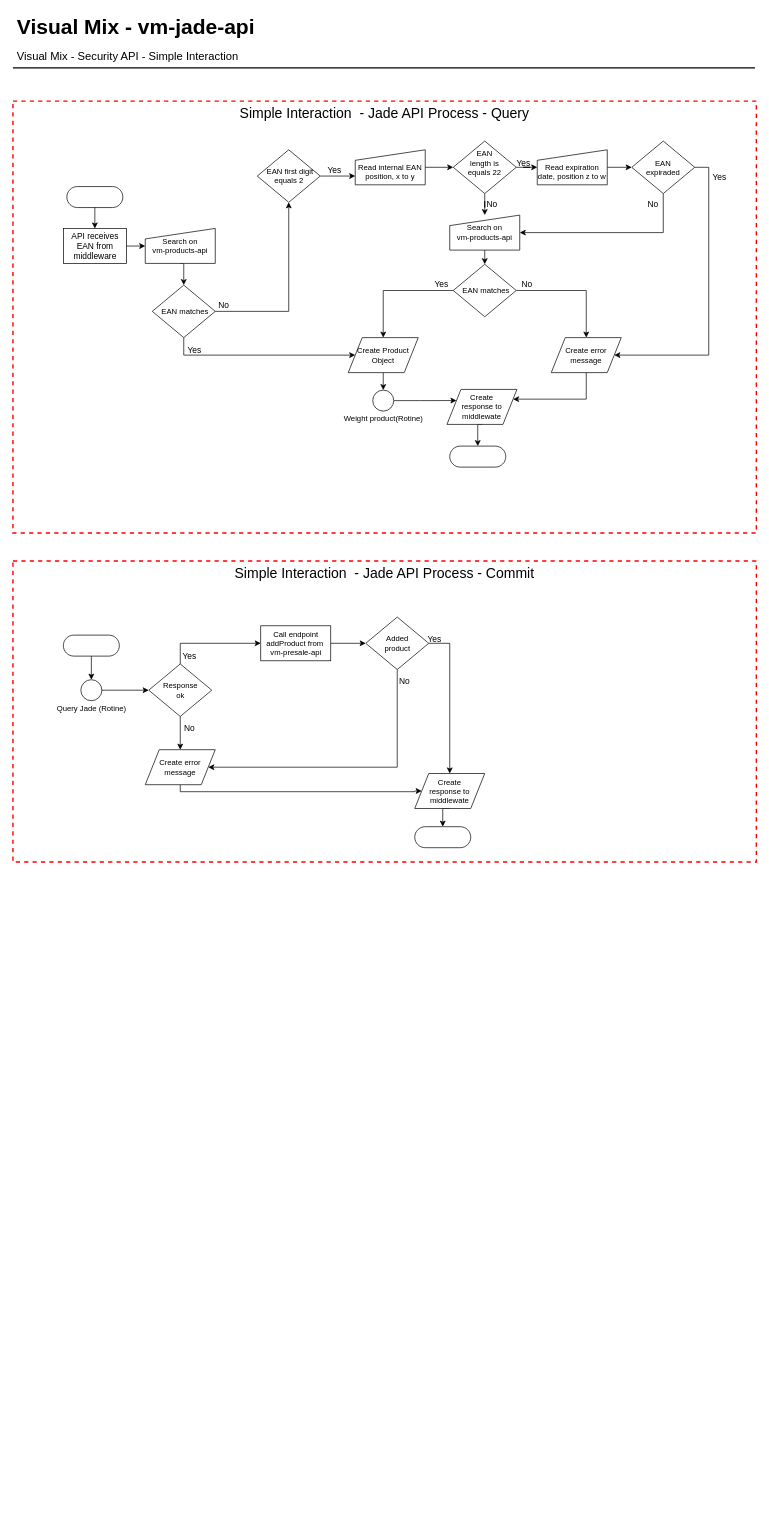
Earlier version of the draw.io diagram page "Simple Interaction" (2 of 5) of vm-jade-api.drawio (Wiu0/diagram). Source tidied: cells renumbered, new cells numbered last; positions are measured from the earlier drawing's top-left corner, leaving out a move shared by most shapes. Both pictures are drawn from the tidied source at 70%, with x=0, y=0 at pixel (13, 12).
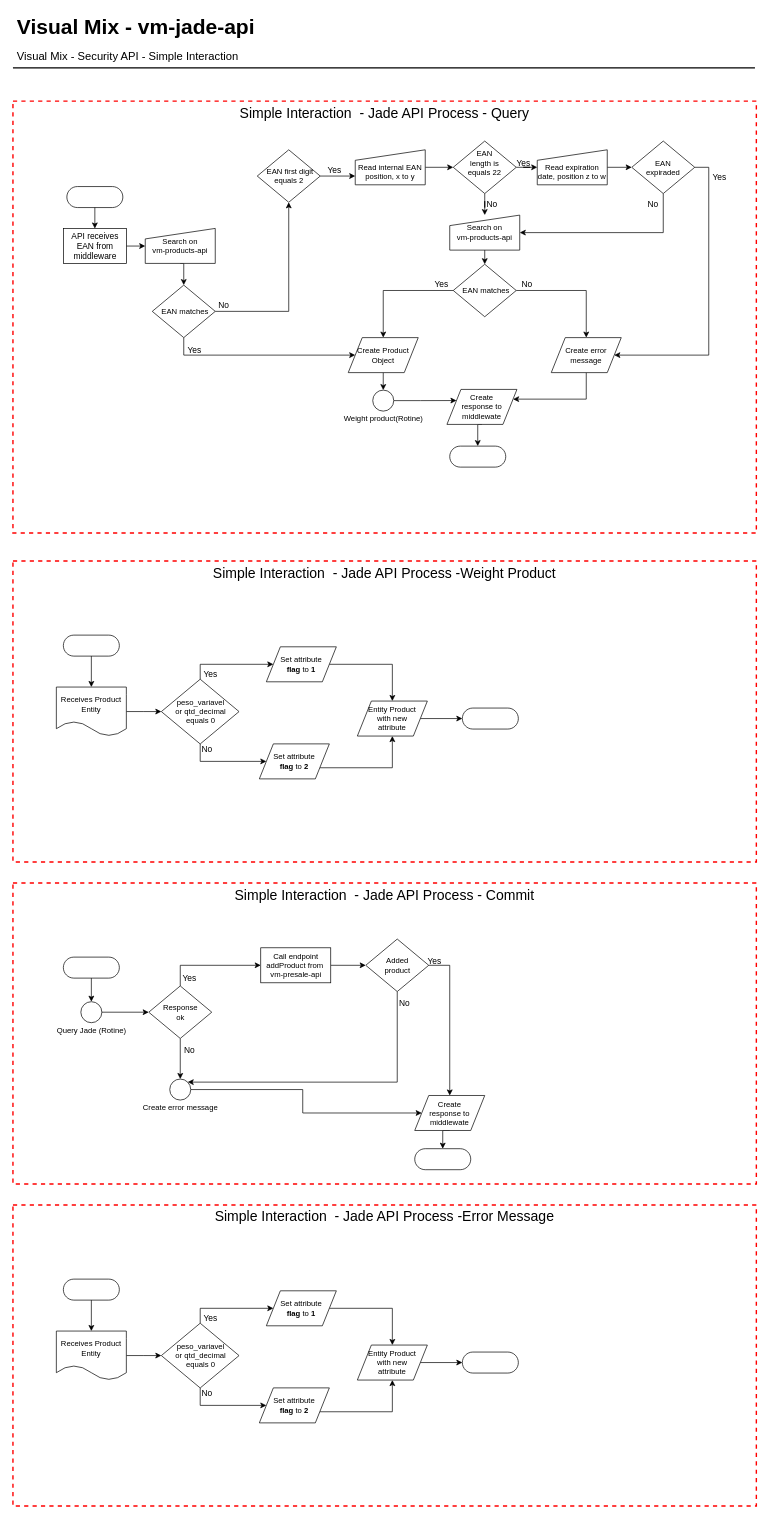
Above is the later version.

Unchanged cells that the change refers to:
```xml
<mxCell id="56" value="Create &lt;br&gt;response to middlewate" style="shape=parallelogram;perimeter=parallelogramPerimeter;whiteSpace=wrap;html=1;dashed=0;fontSize=11;align=center;" parent="51" vertex="1">
  <mxGeometry x="574" y="303.5" width="100" height="50" as="geometry" />
</mxCell>
<mxCell id="61" value="&lt;span style=&quot;font-size: 11px&quot;&gt;Response&lt;br&gt;ok&lt;br&gt;&lt;/span&gt;" style="shape=rhombus;html=1;dashed=0;whitespace=wrap;perimeter=rhombusPerimeter;fontSize=11;horizontal=1;verticalAlign=middle;spacing=0;" parent="51" vertex="1">
  <mxGeometry x="194" y="147" width="90" height="75" as="geometry" />
</mxCell>
<mxCell id="68" value="&lt;span style=&quot;font-size: 11px&quot;&gt;Added&lt;br&gt;product&lt;br&gt;&lt;/span&gt;" style="shape=rhombus;html=1;dashed=0;whitespace=wrap;perimeter=rhombusPerimeter;fontSize=11;horizontal=1;verticalAlign=middle;spacing=0;" parent="51" vertex="1">
  <mxGeometry x="504" y="80" width="90" height="75" as="geometry" />
</mxCell>
```

What changed in the source:
```diff
@@
     <mxCell id="51" value="Simple Interaction &amp;nbsp;- Jade API Process - Commit" style="fontStyle=0;verticalAlign=top;align=center;spacingTop=-2;fillColor=none;rounded=0;whiteSpace=wrap;html=1;strokeColor=#FF0000;strokeWidth=2;dashed=1;fontSize=20;" parent="1" vertex="1">
-      <mxGeometry y="784" width="1062" height="430" as="geometry" />
+      <mxGeometry y="1244" width="1062" height="430" as="geometry" />
     </mxCell>
@@
-    <mxCell id="59" style="edgeStyle=orthogonalEdgeStyle;rounded=0;jettySize=auto;html=1;exitX=0.5;exitY=1;exitDx=0;exitDy=0;fontSize=11;" parent="51" edge="1" source="61" target="63">
+    <mxCell id="59" style="edgeStyle=orthogonalEdgeStyle;rounded=0;jettySize=auto;html=1;exitX=0.5;exitY=1;exitDx=0;exitDy=0;fontSize=11;entryX=0.5;entryY=0;entryDx=0;entryDy=0;" parent="51" edge="1" source="61" target="63">
       <mxGeometry relative="1" as="geometry" />
     </mxCell>
@@
-    <mxCell id="62" style="edgeStyle=orthogonalEdgeStyle;rounded=0;jettySize=auto;html=1;exitX=0.5;exitY=1;exitDx=0;exitDy=0;entryX=0;entryY=0.5;entryDx=0;entryDy=0;fontSize=11;" parent="51" edge="1" source="63" target="56">
-      <mxGeometry relative="1" as="geometry">
-        <Array as="points">
-          <mxPoint x="239" y="329.5" />
-          <mxPoint x="574" y="329.5" />
-        </Array>
-      </mxGeometry>
-    </mxCell>
-    <mxCell id="63" value="Create error message" style="shape=parallelogram;perimeter=parallelogramPerimeter;whiteSpace=wrap;html=1;dashed=0;fontSize=11;align=center;" parent="51" vertex="1">
-      <mxGeometry x="189" y="269.5" width="100" height="50" as="geometry" />
-    </mxCell>
@@
-    <mxCell id="66" style="edgeStyle=orthogonalEdgeStyle;rounded=0;jettySize=auto;html=1;exitX=0.5;exitY=1;exitDx=0;exitDy=0;entryX=1;entryY=0.5;entryDx=0;entryDy=0;fontSize=11;" parent="51" edge="1" source="68" target="63">
+    <mxCell id="66" style="edgeStyle=orthogonalEdgeStyle;rounded=0;jettySize=auto;html=1;exitX=0.5;exitY=1;exitDx=0;exitDy=0;entryX=1;entryY=0;entryDx=0;entryDy=0;fontSize=11;" parent="51" edge="1" source="68" target="63">
       <mxGeometry relative="1" as="geometry">
         <Array as="points">
-          <mxPoint x="549" y="294.5" />
+          <mxPoint x="549" y="284" />
         </Array>
       </mxGeometry>
     </mxCell>
@@
+    <mxCell id="62" style="edgeStyle=orthogonalEdgeStyle;rounded=0;jettySize=auto;html=1;exitX=1;exitY=0.5;exitDx=0;exitDy=0;entryX=0;entryY=0.5;entryDx=0;entryDy=0;fontSize=11;" parent="51" edge="1" source="63" target="56">
+      <mxGeometry relative="1" as="geometry" />
+    </mxCell>
+    <mxCell id="63" value="&lt;span&gt;&lt;br&gt;&lt;br&gt;&lt;br&gt;&lt;br&gt;Create error message&lt;/span&gt;" style="shape=ellipse;html=1;dashed=0;whitespace=wrap;perimeter=ellipsePerimeter;fontSize=11;align=center;" parent="51" vertex="1">
+      <mxGeometry x="224" y="280" width="30" height="30" as="geometry" />
+    </mxCell>
+    <mxCell id="73" value="Simple Interaction &amp;nbsp;- Jade API Process -Weight Product" style="fontStyle=0;verticalAlign=top;align=center;spacingTop=-2;fillColor=none;rounded=0;whiteSpace=wrap;html=1;strokeColor=#FF0000;strokeWidth=2;dashed=1;fontSize=20;" parent="1" vertex="1">
+      <mxGeometry y="784" width="1062" height="430" as="geometry" />
+    </mxCell>
+    <mxCell id="74" style="html=1;dashed=0;whitespace=wrap;shape=mxgraph.dfd.start;" parent="73" vertex="1">
+      <mxGeometry x="72" y="105.8" width="80" height="30" as="geometry" />
+    </mxCell>
+    <mxCell id="75" style="edgeStyle=orthogonalEdgeStyle;rounded=0;jettySize=auto;html=1;exitX=0.5;exitY=0.5;exitDx=0;exitDy=15;exitPerimeter=0;entryX=0.5;entryY=0;entryDx=0;entryDy=0;" parent="73" edge="1" source="74" target="83">
+      <mxGeometry relative="1" as="geometry" />
+    </mxCell>
+    <mxCell id="76" style="html=1;dashed=0;whitespace=wrap;shape=mxgraph.dfd.start;" parent="73" vertex="1">
+      <mxGeometry x="642" y="210" width="80" height="30" as="geometry" />
+    </mxCell>
+    <mxCell id="77" style="edgeStyle=orthogonalEdgeStyle;rounded=0;jettySize=auto;html=1;exitX=0.5;exitY=0;exitDx=0;exitDy=0;entryX=0;entryY=0.5;entryDx=0;entryDy=0;fontSize=11;" parent="73" edge="1" source="79" target="85">
+      <mxGeometry relative="1" as="geometry" />
+    </mxCell>
+    <mxCell id="78" style="edgeStyle=orthogonalEdgeStyle;rounded=0;jettySize=auto;html=1;exitX=0.5;exitY=1;exitDx=0;exitDy=0;fontSize=11;" parent="73" edge="1" source="79" target="87">
+      <mxGeometry relative="1" as="geometry" />
+    </mxCell>
+    <mxCell id="79" value="peso_variavel&lt;br&gt;&amp;nbsp;or&amp;nbsp;qtd_decimal&amp;nbsp;&lt;br&gt;equals 0" style="shape=rhombus;html=1;dashed=0;whitespace=wrap;perimeter=rhombusPerimeter;fontSize=11;horizontal=1;verticalAlign=middle;spacing=0;" parent="73" vertex="1">
+      <mxGeometry x="212" y="168.8" width="111" height="92.5" as="geometry" />
+    </mxCell>
+    <mxCell id="80" value="&lt;font style=&quot;font-size: 12px&quot;&gt;Yes&lt;/font&gt;" style="text;html=1;align=center;verticalAlign=middle;fontSize=20;" parent="73" vertex="1">
+      <mxGeometry x="262" y="142.5" width="40" height="30" as="geometry" />
+    </mxCell>
+    <mxCell id="81" value="&lt;font style=&quot;font-size: 12px&quot;&gt;No&lt;/font&gt;" style="text;html=1;align=center;verticalAlign=middle;fontSize=20;" parent="73" vertex="1">
+      <mxGeometry x="262" y="250" width="30" height="30" as="geometry" />
+    </mxCell>
+    <mxCell id="82" style="edgeStyle=orthogonalEdgeStyle;rounded=0;jettySize=auto;html=1;exitX=1;exitY=0.5;exitDx=0;exitDy=0;entryX=0;entryY=0.5;entryDx=0;entryDy=0;fontSize=11;" parent="73" edge="1" source="83" target="79">
+      <mxGeometry relative="1" as="geometry" />
+    </mxCell>
+    <mxCell id="83" value="Receives Product Entity" style="shape=document;whiteSpace=wrap;html=1;boundedLbl=1;dashed=0;flipH=1;fontSize=11;align=center;" parent="73" vertex="1">
+      <mxGeometry x="62" y="180" width="100" height="70" as="geometry" />
+    </mxCell>
+    <mxCell id="84" style="edgeStyle=orthogonalEdgeStyle;rounded=0;jettySize=auto;html=1;exitX=1;exitY=0.5;exitDx=0;exitDy=0;entryX=0.5;entryY=0;entryDx=0;entryDy=0;fontSize=11;" parent="73" edge="1" source="85" target="89">
+      <mxGeometry relative="1" as="geometry" />
+    </mxCell>
+    <mxCell id="85" value="Set attribute &lt;br&gt;&lt;b&gt;flag &lt;/b&gt;to&lt;b&gt; 1&lt;/b&gt;" style="shape=parallelogram;perimeter=parallelogramPerimeter;whiteSpace=wrap;html=1;dashed=0;fontSize=11;align=center;" parent="73" vertex="1">
+      <mxGeometry x="362" y="122.5" width="100" height="50" as="geometry" />
+    </mxCell>
+    <mxCell id="86" style="edgeStyle=orthogonalEdgeStyle;rounded=0;jettySize=auto;html=1;exitX=1;exitY=0.75;exitDx=0;exitDy=0;entryX=0.5;entryY=1;entryDx=0;entryDy=0;fontSize=11;" parent="73" edge="1" source="87" target="89">
+      <mxGeometry relative="1" as="geometry" />
+    </mxCell>
+    <mxCell id="87" value="Set attribute &lt;br&gt;&lt;b&gt;flag &lt;/b&gt;to&lt;b&gt; 2&lt;/b&gt;" style="shape=parallelogram;perimeter=parallelogramPerimeter;whiteSpace=wrap;html=1;dashed=0;fontSize=11;align=center;" parent="73" vertex="1">
+      <mxGeometry x="352" y="261.2" width="100" height="50" as="geometry" />
+    </mxCell>
+    <mxCell id="88" style="edgeStyle=orthogonalEdgeStyle;rounded=0;jettySize=auto;html=1;exitX=1;exitY=0.5;exitDx=0;exitDy=0;entryX=0;entryY=0.5;entryDx=0;entryDy=0;entryPerimeter=0;fontSize=11;" parent="73" edge="1" source="89" target="76">
+      <mxGeometry relative="1" as="geometry" />
+    </mxCell>
+    <mxCell id="89" value="Entity Product&lt;br&gt;with new&lt;br&gt;&amp;nbsp;attribute&amp;nbsp;" style="shape=parallelogram;perimeter=parallelogramPerimeter;whiteSpace=wrap;html=1;dashed=0;fontSize=11;align=center;" parent="73" vertex="1">
+      <mxGeometry x="492" y="200" width="100" height="50" as="geometry" />
+    </mxCell>
+    <mxCell id="90" value="Simple Interaction &amp;nbsp;- Jade API Process -Error Message" style="fontStyle=0;verticalAlign=top;align=center;spacingTop=-2;fillColor=none;rounded=0;whiteSpace=wrap;html=1;strokeColor=#FF0000;strokeWidth=2;dashed=1;fontSize=20;" parent="1" vertex="1">
+      <mxGeometry y="1704" width="1062" height="430" as="geometry" />
+    </mxCell>
+    <mxCell id="91" style="html=1;dashed=0;whitespace=wrap;shape=mxgraph.dfd.start;" parent="90" vertex="1">
+      <mxGeometry x="72" y="105.8" width="80" height="30" as="geometry" />
+    </mxCell>
+    <mxCell id="92" style="edgeStyle=orthogonalEdgeStyle;rounded=0;jettySize=auto;html=1;exitX=0.5;exitY=0.5;exitDx=0;exitDy=15;exitPerimeter=0;entryX=0.5;entryY=0;entryDx=0;entryDy=0;" parent="90" edge="1" source="91" target="100">
+      <mxGeometry relative="1" as="geometry" />
+    </mxCell>
+    <mxCell id="93" style="html=1;dashed=0;whitespace=wrap;shape=mxgraph.dfd.start;" parent="90" vertex="1">
+      <mxGeometry x="642" y="210" width="80" height="30" as="geometry" />
+    </mxCell>
+    <mxCell id="94" style="edgeStyle=orthogonalEdgeStyle;rounded=0;jettySize=auto;html=1;exitX=0.5;exitY=0;exitDx=0;exitDy=0;entryX=0;entryY=0.5;entryDx=0;entryDy=0;fontSize=11;" parent="90" edge="1" source="96" target="102">
+      <mxGeometry relative="1" as="geometry" />
+    </mxCell>
+    <mxCell id="95" style="edgeStyle=orthogonalEdgeStyle;rounded=0;jettySize=auto;html=1;exitX=0.5;exitY=1;exitDx=0;exitDy=0;fontSize=11;" parent="90" edge="1" source="96" target="104">
+      <mxGeometry relative="1" as="geometry" />
+    </mxCell>
+    <mxCell id="96" value="peso_variavel&lt;br&gt;&amp;nbsp;or&amp;nbsp;qtd_decimal&amp;nbsp;&lt;br&gt;equals 0" style="shape=rhombus;html=1;dashed=0;whitespace=wrap;perimeter=rhombusPerimeter;fontSize=11;horizontal=1;verticalAlign=middle;spacing=0;" parent="90" vertex="1">
+      <mxGeometry x="212" y="168.8" width="111" height="92.5" as="geometry" />
+    </mxCell>
+    <mxCell id="97" value="&lt;font style=&quot;font-size: 12px&quot;&gt;Yes&lt;/font&gt;" style="text;html=1;align=center;verticalAlign=middle;fontSize=20;" parent="90" vertex="1">
+      <mxGeometry x="262" y="142.5" width="40" height="30" as="geometry" />
+    </mxCell>
+    <mxCell id="98" value="&lt;font style=&quot;font-size: 12px&quot;&gt;No&lt;/font&gt;" style="text;html=1;align=center;verticalAlign=middle;fontSize=20;" parent="90" vertex="1">
+      <mxGeometry x="262" y="250" width="30" height="30" as="geometry" />
+    </mxCell>
+    <mxCell id="99" style="edgeStyle=orthogonalEdgeStyle;rounded=0;jettySize=auto;html=1;exitX=1;exitY=0.5;exitDx=0;exitDy=0;entryX=0;entryY=0.5;entryDx=0;entryDy=0;fontSize=11;" parent="90" edge="1" source="100" target="96">
+      <mxGeometry relative="1" as="geometry" />
+    </mxCell>
+    <mxCell id="100" value="Receives Product Entity" style="shape=document;whiteSpace=wrap;html=1;boundedLbl=1;dashed=0;flipH=1;fontSize=11;align=center;" parent="90" vertex="1">
+      <mxGeometry x="62" y="180" width="100" height="70" as="geometry" />
+    </mxCell>
+    <mxCell id="101" style="edgeStyle=orthogonalEdgeStyle;rounded=0;jettySize=auto;html=1;exitX=1;exitY=0.5;exitDx=0;exitDy=0;entryX=0.5;entryY=0;entryDx=0;entryDy=0;fontSize=11;" parent="90" edge="1" source="102" target="106">
+      <mxGeometry relative="1" as="geometry" />
+    </mxCell>
+    <mxCell id="102" value="Set attribute &lt;br&gt;&lt;b&gt;flag &lt;/b&gt;to&lt;b&gt; 1&lt;/b&gt;" style="shape=parallelogram;perimeter=parallelogramPerimeter;whiteSpace=wrap;html=1;dashed=0;fontSize=11;align=center;" parent="90" vertex="1">
+      <mxGeometry x="362" y="122.5" width="100" height="50" as="geometry" />
+    </mxCell>
+    <mxCell id="103" style="edgeStyle=orthogonalEdgeStyle;rounded=0;jettySize=auto;html=1;exitX=1;exitY=0.75;exitDx=0;exitDy=0;entryX=0.5;entryY=1;entryDx=0;entryDy=0;fontSize=11;" parent="90" edge="1" source="104" target="106">
+      <mxGeometry relative="1" as="geometry" />
+    </mxCell>
+    <mxCell id="104" value="Set attribute &lt;br&gt;&lt;b&gt;flag &lt;/b&gt;to&lt;b&gt; 2&lt;/b&gt;" style="shape=parallelogram;perimeter=parallelogramPerimeter;whiteSpace=wrap;html=1;dashed=0;fontSize=11;align=center;" parent="90" vertex="1">
+      <mxGeometry x="352" y="261.2" width="100" height="50" as="geometry" />
+    </mxCell>
+    <mxCell id="105" style="edgeStyle=orthogonalEdgeStyle;rounded=0;jettySize=auto;html=1;exitX=1;exitY=0.5;exitDx=0;exitDy=0;entryX=0;entryY=0.5;entryDx=0;entryDy=0;entryPerimeter=0;fontSize=11;" parent="90" edge="1" source="106" target="93">
+      <mxGeometry relative="1" as="geometry" />
+    </mxCell>
+    <mxCell id="106" value="Entity Product&lt;br&gt;with new&lt;br&gt;&amp;nbsp;attribute&amp;nbsp;" style="shape=parallelogram;perimeter=parallelogramPerimeter;whiteSpace=wrap;html=1;dashed=0;fontSize=11;align=center;" parent="90" vertex="1">
+      <mxGeometry x="492" y="200" width="100" height="50" as="geometry" />
+    </mxCell>
```
